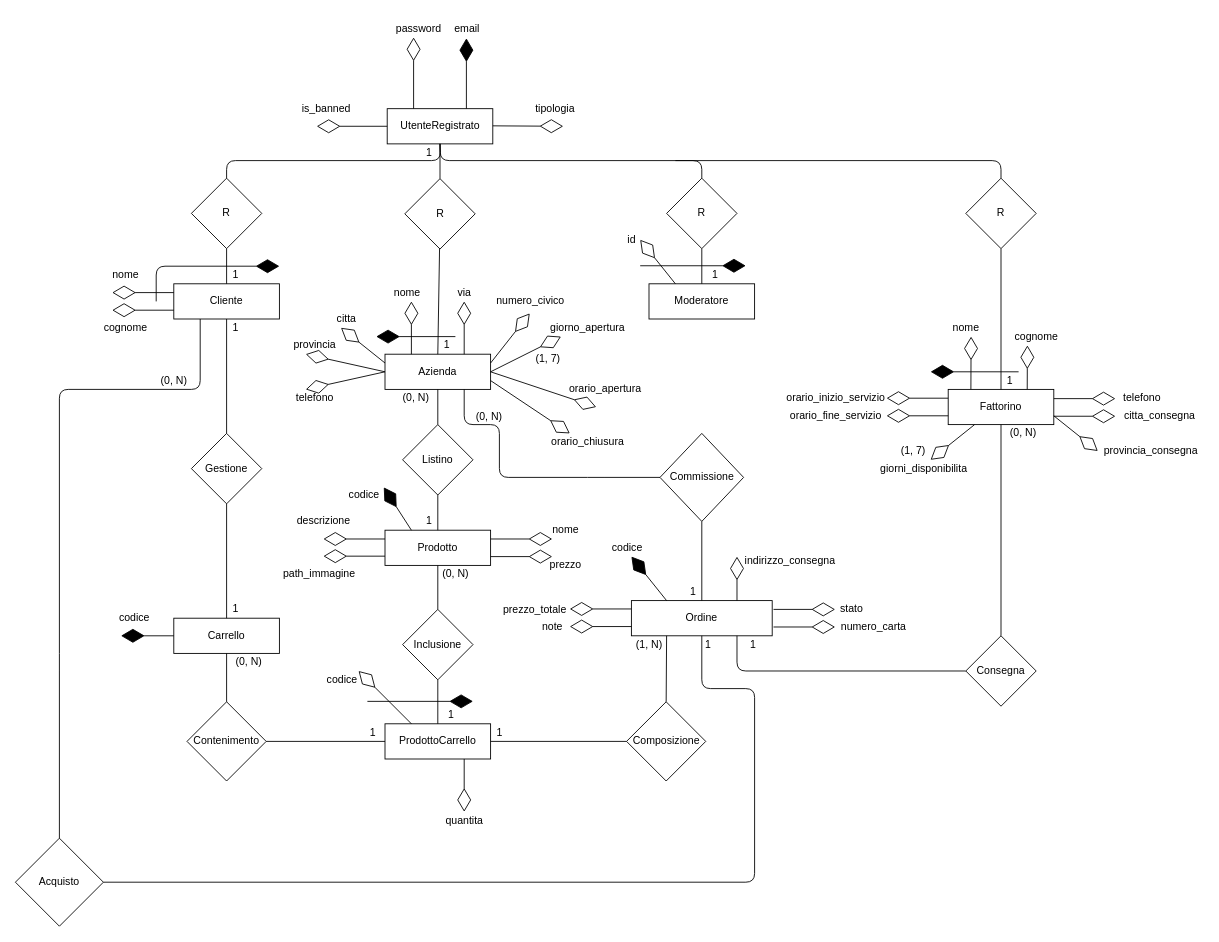
Earlier version of the draw.io diagram Documents/Sys - Drawio/diagramma ER.drawio (frekkanzer2/Eat-Reorder). Source tidied: cells renumbered, new cells numbered last; positions are measured from the earlier drawing's top-left corner, leaving out a move shared by most shapes. Both pictures are drawn from the tidied source at 88%, with x=0, y=0 at pixel (15, 19).
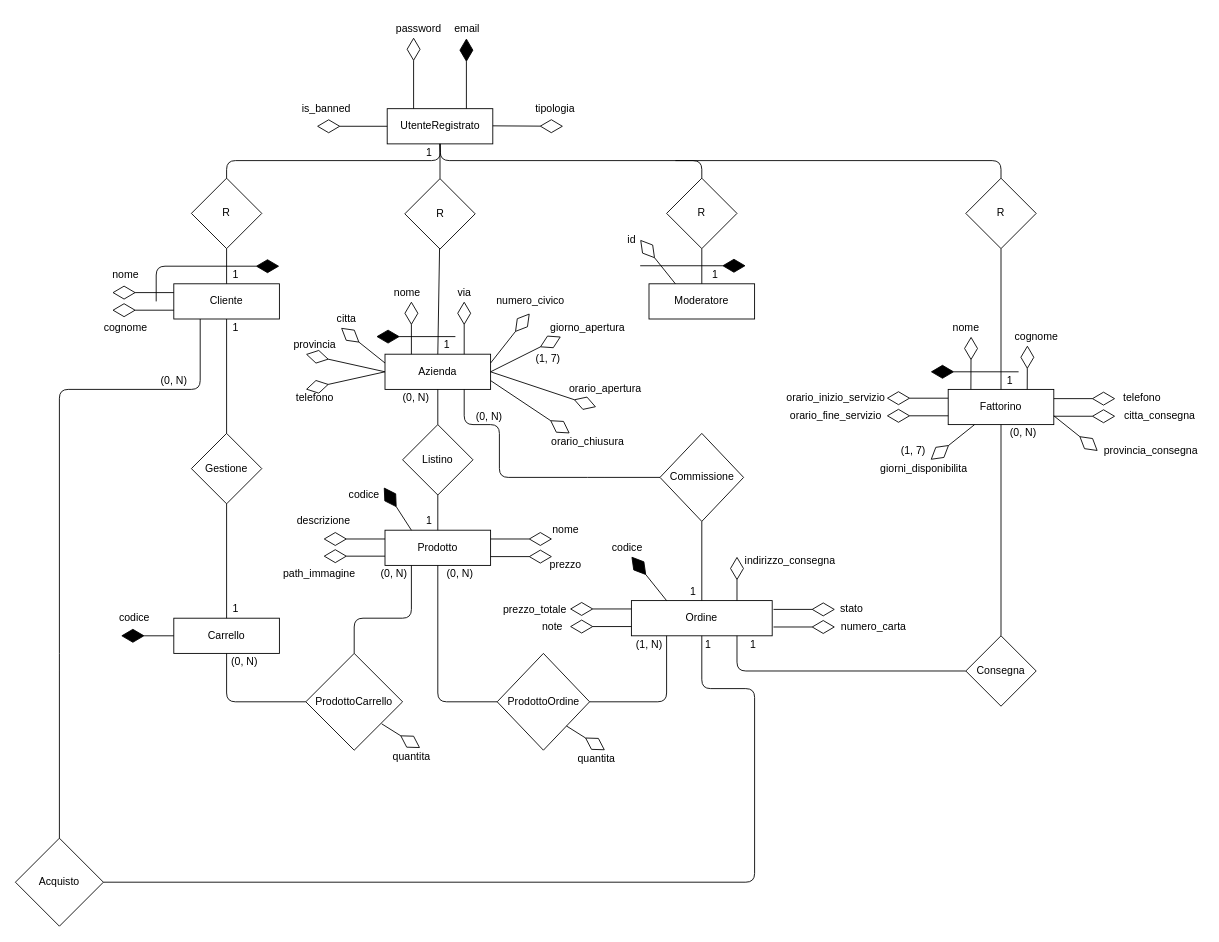
After the change.

The change refers to these unchanged cells:
```xml
<mxCell id="8" value="Carrello" style="rounded=0;whiteSpace=wrap;html=1;" parent="1" vertex="1">
  <mxGeometry x="180" y="680" width="120" height="40" as="geometry" />
</mxCell>
<mxCell id="40" value="Prodotto" style="rounded=0;whiteSpace=wrap;html=1;" parent="1" vertex="1">
  <mxGeometry x="420" y="580" width="120" height="40" as="geometry" />
</mxCell>
<mxCell id="41" value="Ordine" style="rounded=0;whiteSpace=wrap;html=1;" parent="1" vertex="1">
  <mxGeometry x="700" y="660" width="160" height="40" as="geometry" />
</mxCell>
```

Diff of the diagram source:
```diff
@@
-    <mxCell id="58" value="ProdottoCarrello" style="rounded=0;whiteSpace=wrap;html=1;" parent="1" vertex="1">
-      <mxGeometry x="420" y="800" width="120" height="40" as="geometry" />
-    </mxCell>
-    <mxCell id="59" value="Inclusione" style="rhombus;whiteSpace=wrap;html=1;" parent="1" vertex="1">
-      <mxGeometry x="440" y="670" width="80" height="80" as="geometry" />
-    </mxCell>
-    <mxCell id="60" style="endArrow=none;html=1;entryX=0.5;entryY=1;entryDx=0;entryDy=0;exitX=0.5;exitY=0;exitDx=0;exitDy=0;" parent="1" edge="1" source="58" target="59">
-      <mxGeometry relative="1" as="geometry" />
-    </mxCell>
-    <mxCell id="61" style="endArrow=none;html=1;entryX=0.5;entryY=1;entryDx=0;entryDy=0;exitX=0.5;exitY=0;exitDx=0;exitDy=0;" parent="1" edge="1" source="59" target="40">
-      <mxGeometry relative="1" as="geometry" />
-    </mxCell>
-    <mxCell id="62" value="Contenimento" style="rhombus;whiteSpace=wrap;html=1;" parent="1" vertex="1">
-      <mxGeometry x="195" y="775" width="90" height="90" as="geometry" />
+    <mxCell id="62" value="ProdottoCarrello" style="rhombus;whiteSpace=wrap;html=1;" parent="1" vertex="1">
+      <mxGeometry x="330" y="720" width="110" height="110" as="geometry" />
     </mxCell>
-    <mxCell id="63" value="(0, N)" style="text;html=1;align=center;verticalAlign=middle;" parent="1" vertex="1">
-      <mxGeometry x="475" y="620" width="50" height="20" as="geometry" />
-    </mxCell>
-    <mxCell id="64" value="1" style="text;html=1;align=center;verticalAlign=middle;" parent="1" vertex="1">
-      <mxGeometry x="485" y="780" width="20" height="20" as="geometry" />
-    </mxCell>
-    <mxCell id="65" style="endArrow=none;html=1;exitX=0.5;exitY=0;exitDx=0;exitDy=0;entryX=0.5;entryY=1;entryDx=0;entryDy=0;" parent="1" edge="1" source="62" target="8">
-      <mxGeometry relative="1" as="geometry" />
+    <mxCell id="65" style="endArrow=none;html=1;exitX=0;exitY=0.5;exitDx=0;exitDy=0;entryX=0.5;entryY=1;entryDx=0;entryDy=0;" parent="1" edge="1" source="62" target="8">
+      <mxGeometry relative="1" as="geometry">
+        <Array as="points">
+          <mxPoint x="240" y="775" />
+        </Array>
+      </mxGeometry>
     </mxCell>
-    <mxCell id="66" style="endArrow=none;html=1;exitX=1;exitY=0.5;exitDx=0;exitDy=0;entryX=0;entryY=0.5;entryDx=0;entryDy=0;" parent="1" edge="1" source="62" target="58">
-      <mxGeometry relative="1" as="geometry" />
+    <mxCell id="66" style="endArrow=none;html=1;exitX=0.5;exitY=0;exitDx=0;exitDy=0;entryX=0.25;entryY=1;entryDx=0;entryDy=0;" parent="1" edge="1" source="62" target="40">
+      <mxGeometry relative="1" as="geometry">
+        <Array as="points">
+          <mxPoint x="385" y="680" />
+          <mxPoint x="450" y="680" />
+        </Array>
+      </mxGeometry>
     </mxCell>
-    <mxCell id="67" value="(0, N)&lt;br&gt;" style="text;html=1;align=center;verticalAlign=middle;" parent="1" vertex="1">
-      <mxGeometry x="240" y="720" width="50" height="20" as="geometry" />
+    <mxCell id="67" value="(0, N)" style="text;html=1;align=center;verticalAlign=middle;" parent="1" vertex="1">
+      <mxGeometry x="235" y="720" width="50" height="20" as="geometry" />
     </mxCell>
-    <mxCell id="68" value="1" style="text;html=1;align=center;verticalAlign=middle;" parent="1" vertex="1">
-      <mxGeometry x="396" y="800" width="20" height="20" as="geometry" />
-    </mxCell>
@@
-    <mxCell id="74" value="Composizione" style="rhombus;whiteSpace=wrap;html=1;" parent="1" vertex="1">
-      <mxGeometry x="694.5" y="775" width="90" height="90" as="geometry" />
+    <mxCell id="74" value="ProdottoOrdine" style="rhombus;whiteSpace=wrap;html=1;" parent="1" vertex="1">
+      <mxGeometry x="547.5" y="720" width="105" height="110" as="geometry" />
     </mxCell>
-    <mxCell id="75" style="endArrow=none;html=1;exitX=1;exitY=0.5;exitDx=0;exitDy=0;entryX=0;entryY=0.5;entryDx=0;entryDy=0;" parent="1" edge="1" source="58" target="74">
-      <mxGeometry relative="1" as="geometry" />
+    <mxCell id="75" style="endArrow=none;html=1;exitX=0.5;exitY=1;exitDx=0;exitDy=0;entryX=0;entryY=0.5;entryDx=0;entryDy=0;" parent="1" edge="1" source="40" target="74">
+      <mxGeometry relative="1" as="geometry">
+        <Array as="points">
+          <mxPoint x="480" y="775" />
+        </Array>
+      </mxGeometry>
     </mxCell>
-    <mxCell id="76" style="endArrow=none;html=1;entryX=0.25;entryY=1;entryDx=0;entryDy=0;exitX=0.5;exitY=0;exitDx=0;exitDy=0;" parent="1" edge="1" source="74" target="41">
-      <mxGeometry relative="1" as="geometry" />
+    <mxCell id="76" style="endArrow=none;html=1;entryX=0.25;entryY=1;entryDx=0;entryDy=0;exitX=1;exitY=0.5;exitDx=0;exitDy=0;" parent="1" edge="1" source="74" target="41">
+      <mxGeometry relative="1" as="geometry">
+        <Array as="points">
+          <mxPoint x="740" y="775" />
+        </Array>
+      </mxGeometry>
     </mxCell>
@@
-    <mxCell id="78" value="1" style="text;html=1;align=center;verticalAlign=middle;" parent="1" vertex="1">
-      <mxGeometry x="540" y="800" width="20" height="20" as="geometry" />
-    </mxCell>
-    <mxCell id="79" style="endArrow=diamondThin;endFill=0;endSize=24;html=1;exitX=0.75;exitY=1;exitDx=0;exitDy=0;" parent="1" edge="1" source="58">
-      <mxGeometry relative="1" as="geometry">
-        <mxPoint x="510" y="900" as="targetPoint" />
-      </mxGeometry>
-    </mxCell>
-    <mxCell id="80" value="quantita" style="text;html=1;align=center;verticalAlign=middle;" parent="1" vertex="1">
-      <mxGeometry x="480" y="900" width="60" height="20" as="geometry" />
-    </mxCell>
@@
-    <mxCell id="143" style="endArrow=diamondThin;endFill=0;endSize=24;html=1;exitX=0.25;exitY=0;exitDx=0;exitDy=0;" parent="1" edge="1" source="58">
-      <mxGeometry relative="1" as="geometry">
-        <mxPoint x="390" y="740" as="targetPoint" />
-      </mxGeometry>
-    </mxCell>
-    <mxCell id="144" value="codice" style="text;html=1;align=center;verticalAlign=middle;" parent="1" vertex="1">
-      <mxGeometry x="346" y="740" width="50" height="20" as="geometry" />
-    </mxCell>
-    <mxCell id="145" style="endArrow=diamondThin;endFill=1;endSize=24;html=1;" parent="1" edge="1">
-      <mxGeometry relative="1" as="geometry">
-        <mxPoint x="400" y="774.5" as="sourcePoint" />
-        <mxPoint x="520" y="774.5" as="targetPoint" />
-      </mxGeometry>
-    </mxCell>
@@
+    <mxCell id="151" style="endArrow=diamondThin;endFill=0;endSize=24;html=1;exitX=1;exitY=1;exitDx=0;exitDy=0;" parent="1" edge="1" source="74">
+      <mxGeometry relative="1" as="geometry">
+        <mxPoint x="670" y="830" as="targetPoint" />
+      </mxGeometry>
+    </mxCell>
+    <mxCell id="152" value="quantita" style="text;html=1;align=center;verticalAlign=middle;" parent="1" vertex="1">
+      <mxGeometry x="630" y="830" width="60" height="20" as="geometry" />
+    </mxCell>
+    <mxCell id="153" style="endArrow=diamondThin;endFill=0;endSize=24;html=1;exitX=1;exitY=1;exitDx=0;exitDy=0;" parent="1" edge="1">
+      <mxGeometry relative="1" as="geometry">
+        <mxPoint x="416.2" y="800" as="sourcePoint" />
+        <mxPoint x="460" y="827.5" as="targetPoint" />
+      </mxGeometry>
+    </mxCell>
+    <mxCell id="154" value="quantita" style="text;html=1;align=center;verticalAlign=middle;" parent="1" vertex="1">
+      <mxGeometry x="420" y="827.5" width="60" height="20" as="geometry" />
+    </mxCell>
+    <mxCell id="155" value="(0, N)" style="text;html=1;align=center;verticalAlign=middle;" parent="1" vertex="1">
+      <mxGeometry x="405" y="620" width="50" height="20" as="geometry" />
+    </mxCell>
+    <mxCell id="156" value="(0, N)" style="text;html=1;align=center;verticalAlign=middle;" parent="1" vertex="1">
+      <mxGeometry x="480" y="620" width="50" height="20" as="geometry" />
+    </mxCell>
```
